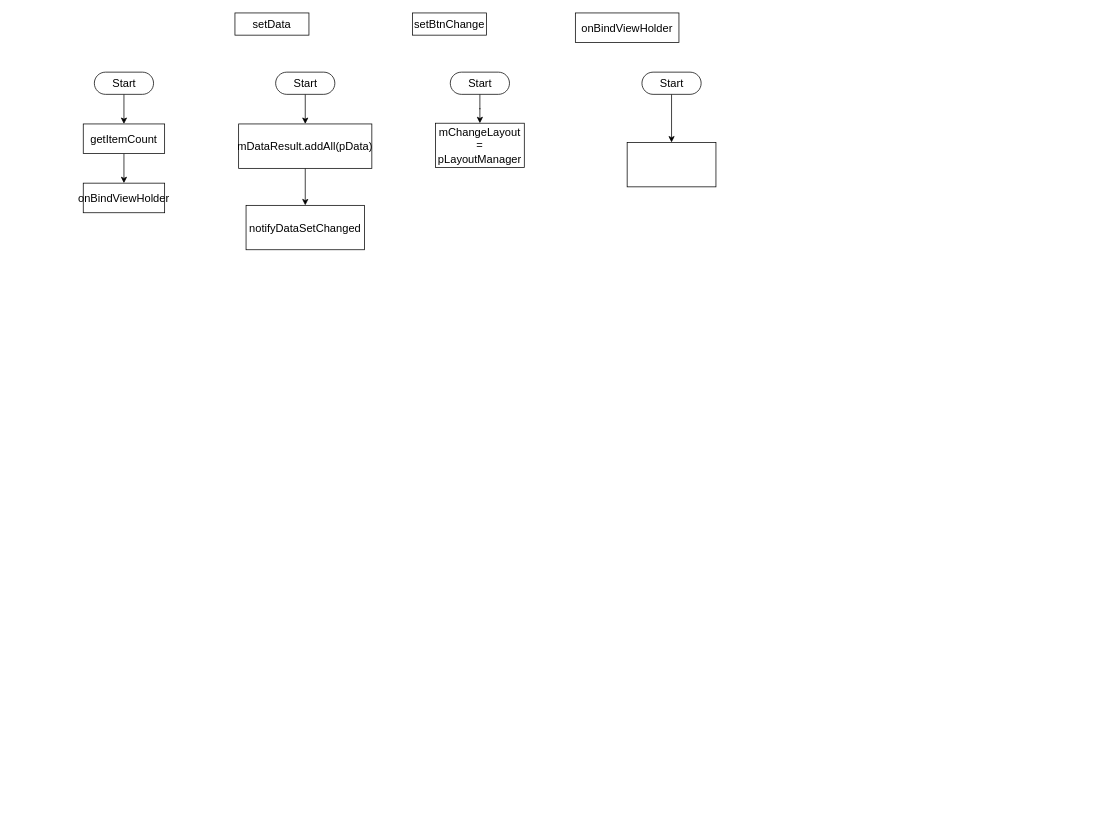
The draw.io diagram page "ZooAdapter" (7 of 13) of 一般流程.drawio in ccckyc/draw, before the edit. Source tidied: cells renumbered, new cells numbered last; positions are measured from the earlier drawing's top-left corner, leaving out a move shared by most shapes. Both pictures are drawn from the tidied source at 74%, with x=0, y=0 at pixel (83, 13).
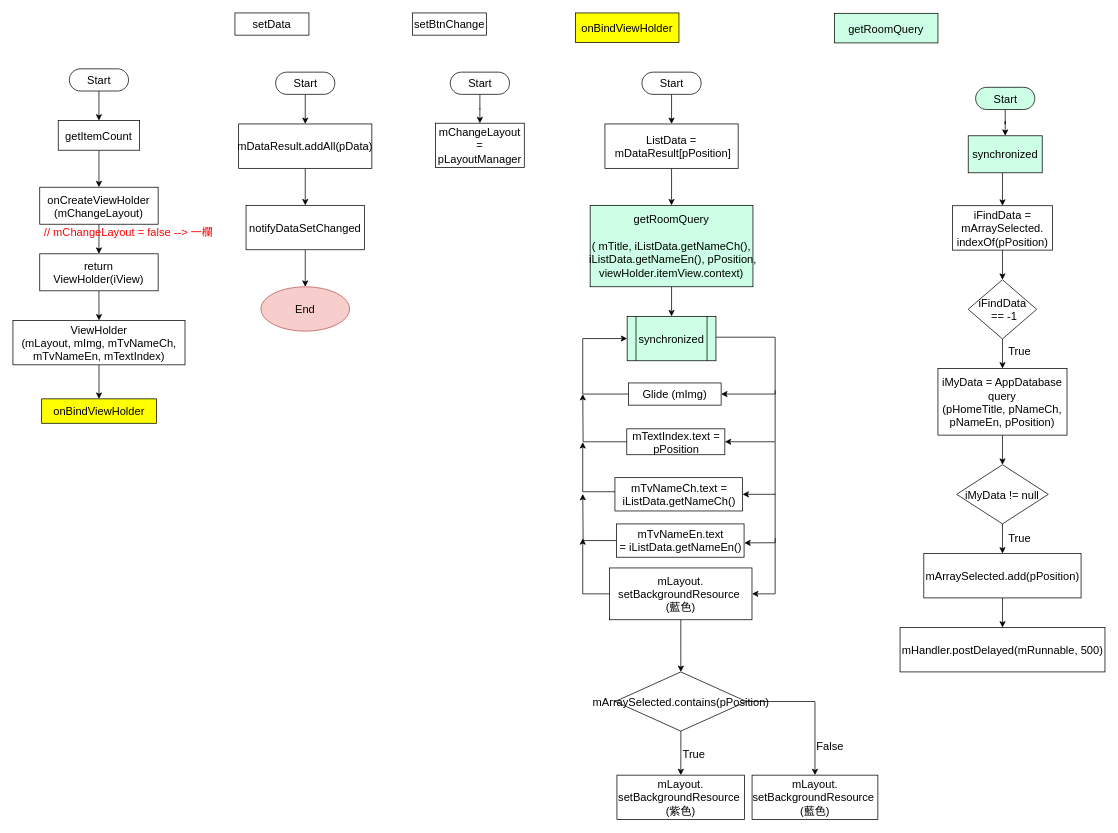
The same page after the edit.

Unchanged cells that the change refers to:
```xml
<mxCell id="6" value="notifyDataSetChanged" style="whiteSpace=wrap;html=1;fontSize=15;fontFamily=Helvetica;fontStyle=0;" parent="1" vertex="1">
  <mxGeometry x="220" y="260" width="160" height="60" as="geometry" />
</mxCell>
```

Diff of the diagram source:
```diff
@@
+    <mxCell id="21" style="edgeStyle=orthogonalEdgeStyle;rounded=0;jettySize=auto;html=1;labelBackgroundColor=#FFFFFF;labelBorderColor=none;fontFamily=Helvetica;fontSize=15;fontColor=#FF0000;strokeColor=#000000;strokeWidth=1;" parent="1" edge="1" source="6" target="24">
+      <mxGeometry relative="1" as="geometry" />
+    </mxCell>
@@
-    <mxCell id="12" value="onBindViewHolder" style="whiteSpace=wrap;html=1;fontSize=15;fontStyle=0;fontFamily=Helvetica;" parent="1" vertex="1">
+    <mxCell id="12" value="onBindViewHolder" style="whiteSpace=wrap;html=1;fontSize=15;fontStyle=0;fontFamily=Helvetica;fillColor=#FFFF00;" parent="1" vertex="1">
       <mxGeometry x="665" width="140" height="40" as="geometry" />
     </mxCell>
-    <mxCell id="13" style="edgeStyle=orthogonalEdgeStyle;rounded=0;jettySize=auto;html=1;fontSize=15;fontFamily=Helvetica;fontStyle=0;" parent="1" edge="1" source="14" target="17">
-      <mxGeometry relative="1" as="geometry" />
-    </mxCell>
+    <mxCell id="22" style="edgeStyle=orthogonalEdgeStyle;rounded=0;jettySize=auto;html=1;labelBackgroundColor=#FFFFFF;labelBorderColor=none;fontFamily=Helvetica;fontSize=15;fontColor=#000000;strokeColor=#000000;strokeWidth=1;" parent="1" edge="1" source="14" target="26">
+      <mxGeometry relative="1" as="geometry" />
+    </mxCell>
     <mxCell id="14" value="getItemCount" style="whiteSpace=wrap;html=1;fontSize=15;fontFamily=Helvetica;fontStyle=0;" parent="1" vertex="1">
-      <mxGeometry y="150" width="110" height="40" as="geometry" />
+      <mxGeometry x="-33.8" y="145.5" width="110" height="40" as="geometry" />
     </mxCell>
@@
     <mxCell id="16" value="Start" style="html=1;dashed=0;whitespace=wrap;shape=mxgraph.dfd.start;fontStyle=0;fontSize=15;fontFamily=Helvetica;" parent="1" vertex="1">
-      <mxGeometry x="15" y="80" width="80" height="30" as="geometry" />
+      <mxGeometry x="-18.8" y="75.5" width="80" height="30" as="geometry" />
     </mxCell>
-    <mxCell id="17" value="onBindViewHolder" style="whiteSpace=wrap;html=1;fontSize=15;fontFamily=Helvetica;fontStyle=0;" parent="1" vertex="1">
-      <mxGeometry y="230" width="110" height="40" as="geometry" />
-    </mxCell>
@@
+    <mxCell id="23" style="edgeStyle=orthogonalEdgeStyle;rounded=0;jettySize=auto;html=1;labelBackgroundColor=#FFFFFF;labelBorderColor=none;fontFamily=Helvetica;fontSize=15;fontColor=#FF0000;strokeColor=#000000;strokeWidth=1;" parent="1" edge="1" source="20" target="33">
+      <mxGeometry relative="1" as="geometry" />
+    </mxCell>
-    <mxCell id="20" style="whiteSpace=wrap;html=1;fontSize=15;dashed=0;fontStyle=0;fontFamily=Helvetica;" parent="1" vertex="1">
-      <mxGeometry x="735" y="175" width="120" height="60" as="geometry" />
+    <mxCell id="20" value="ListData =&lt;br&gt;&amp;nbsp;mDataResult[pPosition]" style="whiteSpace=wrap;html=1;fontSize=15;dashed=0;fontStyle=0;fontFamily=Helvetica;" parent="1" vertex="1">
+      <mxGeometry x="705" y="150" width="180" height="60" as="geometry" />
     </mxCell>
+    <mxCell id="24" value="End" style="ellipse;whiteSpace=wrap;html=1;fontSize=15;fontStyle=0;fillColor=#f8cecc;strokeColor=#b85450;" parent="1" vertex="1">
+      <mxGeometry x="240" y="370" width="120" height="60" as="geometry" />
+    </mxCell>
+    <mxCell id="25" style="edgeStyle=orthogonalEdgeStyle;rounded=0;jettySize=auto;html=1;labelBackgroundColor=#FFFFFF;labelBorderColor=none;fontFamily=Helvetica;fontSize=15;fontColor=#FF0000;strokeColor=#000000;strokeWidth=1;" parent="1" edge="1" source="26" target="28">
+      <mxGeometry relative="1" as="geometry" />
+    </mxCell>
+    <mxCell id="26" value="onCreateViewHolder&lt;br&gt;(mChangeLayout)" style="whiteSpace=wrap;html=1;fontSize=15;fontFamily=Helvetica;fontStyle=0;" parent="1" vertex="1">
+      <mxGeometry x="-58.8" y="235.5" width="160" height="50" as="geometry" />
+    </mxCell>
+    <mxCell id="27" style="edgeStyle=orthogonalEdgeStyle;rounded=0;jettySize=auto;html=1;labelBackgroundColor=#FFFFFF;labelBorderColor=none;fontFamily=Helvetica;fontSize=15;fontColor=#FF0000;strokeColor=#000000;strokeWidth=1;" parent="1" edge="1" source="28" target="31">
+      <mxGeometry relative="1" as="geometry" />
+    </mxCell>
+    <mxCell id="28" value="return ViewHolder(iView)" style="whiteSpace=wrap;html=1;fontSize=15;fontFamily=Helvetica;fontStyle=0;" parent="1" vertex="1">
+      <mxGeometry x="-58.8" y="325.5" width="160" height="50" as="geometry" />
+    </mxCell>
+    <mxCell id="29" value="// mChangeLayout = false --&amp;gt; 一欄" style="text;html=1;align=center;verticalAlign=middle;strokeColor=none;fillColor=none;fontSize=15;fontFamily=Helvetica;fontColor=#FF0000;" parent="1" vertex="1">
+      <mxGeometry x="-59.2" y="285.5" width="240" height="20" as="geometry" />
+    </mxCell>
+    <mxCell id="30" style="edgeStyle=orthogonalEdgeStyle;rounded=0;jettySize=auto;html=1;labelBackgroundColor=#FFFFFF;labelBorderColor=none;fontFamily=Helvetica;fontSize=15;fontColor=#000000;strokeColor=#000000;strokeWidth=1;" parent="1" edge="1" source="31" target="17">
+      <mxGeometry relative="1" as="geometry" />
+    </mxCell>
+    <mxCell id="31" value="ViewHolder&lt;br&gt;(mLayout, mImg, mTvNameCh, mTvNameEn, mTextIndex)" style="whiteSpace=wrap;html=1;fontSize=15;fontFamily=Helvetica;fontStyle=0;" parent="1" vertex="1">
+      <mxGeometry x="-95" y="415.5" width="232.5" height="60" as="geometry" />
+    </mxCell>
+    <mxCell id="32" style="edgeStyle=orthogonalEdgeStyle;rounded=0;jettySize=auto;html=1;labelBackgroundColor=#FFFFFF;labelBorderColor=none;fontFamily=Helvetica;fontSize=15;fontColor=#FF0000;strokeColor=#000000;strokeWidth=1;" parent="1" edge="1" source="33" target="68">
+      <mxGeometry relative="1" as="geometry" />
+    </mxCell>
+    <mxCell id="33" value="getRoomQuery&lt;br&gt;&lt;br&gt;(&lt;span&gt;&amp;nbsp;mTitle,&amp;nbsp;&lt;/span&gt;&lt;span&gt;iListData.getNameCh(),&lt;br&gt;&amp;nbsp;&lt;/span&gt;&lt;span&gt;iListData.getNameEn(),&amp;nbsp;&lt;/span&gt;&lt;span&gt;pPosition,&lt;/span&gt;&lt;span&gt;&lt;br&gt;&lt;/span&gt;&lt;span&gt;viewHolder.itemView.context&lt;/span&gt;)" style="whiteSpace=wrap;html=1;fontSize=15;dashed=0;fontStyle=0;fontFamily=Helvetica;fillColor=#CCFFE6;" parent="1" vertex="1">
+      <mxGeometry x="685" y="260" width="220" height="110" as="geometry" />
+    </mxCell>
+    <mxCell id="34" style="edgeStyle=orthogonalEdgeStyle;rounded=0;jettySize=auto;html=1;labelBackgroundColor=#FFFFFF;labelBorderColor=none;fontFamily=Helvetica;fontSize=15;fontColor=#000000;strokeColor=#000000;strokeWidth=1;exitX=1.001;exitY=0.47;exitDx=0;exitDy=0;entryX=1;entryY=0.5;entryDx=0;entryDy=0;exitPerimeter=0;" parent="1" edge="1" source="68" target="36">
+      <mxGeometry relative="1" as="geometry">
+        <Array as="points">
+          <mxPoint x="935" y="438" />
+          <mxPoint x="935" y="515" />
+        </Array>
+      </mxGeometry>
+    </mxCell>
+    <mxCell id="35" style="edgeStyle=orthogonalEdgeStyle;rounded=0;jettySize=auto;html=1;entryX=0;entryY=0.5;entryDx=0;entryDy=0;labelBackgroundColor=#FFFFFF;labelBorderColor=none;fontFamily=Helvetica;fontSize=15;fontColor=#000000;strokeColor=#000000;strokeWidth=1;exitX=0;exitY=0.5;exitDx=0;exitDy=0;" parent="1" edge="1" source="36" target="68">
+      <mxGeometry relative="1" as="geometry">
+        <Array as="points">
+          <mxPoint x="675" y="515" />
+          <mxPoint x="675" y="440" />
+        </Array>
+      </mxGeometry>
+    </mxCell>
+    <mxCell id="36" value="Glide (mImg)&lt;br&gt;" style="whiteSpace=wrap;html=1;fontSize=15;dashed=0;fontStyle=0;fontFamily=Helvetica;" parent="1" vertex="1">
+      <mxGeometry x="737" y="500" width="125" height="30" as="geometry" />
+    </mxCell>
+    <mxCell id="37" style="edgeStyle=orthogonalEdgeStyle;rounded=0;jettySize=auto;html=1;labelBackgroundColor=#FFFFFF;labelBorderColor=none;fontFamily=Helvetica;fontSize=15;fontColor=#FF0000;strokeColor=#000000;strokeWidth=1;entryX=0.5;entryY=0;entryDx=0;entryDy=0;" parent="1" edge="1" source="38" target="67">
+      <mxGeometry relative="1" as="geometry" />
+    </mxCell>
+    <mxCell id="38" value="Start" style="html=1;dashed=0;whitespace=wrap;shape=mxgraph.dfd.start;fontStyle=0;fontSize=15;fontFamily=Helvetica;fillColor=#CCFFE6;" parent="1" vertex="1">
+      <mxGeometry x="1205.9" y="100.5" width="80" height="30" as="geometry" />
+    </mxCell>
+    <mxCell id="39" style="edgeStyle=orthogonalEdgeStyle;rounded=0;jettySize=auto;html=1;labelBackgroundColor=#FFFFFF;labelBorderColor=none;fontFamily=Helvetica;fontSize=15;fontColor=#FF0000;strokeColor=#000000;strokeWidth=1;" parent="1" edge="1" source="40" target="43">
+      <mxGeometry relative="1" as="geometry" />
+    </mxCell>
+    <mxCell id="40" value="iFindData =&lt;br&gt;mArraySelected.&lt;br&gt;indexOf(pPosition)" style="whiteSpace=wrap;html=1;fontSize=15;fillColor=#FFFFFF;dashed=0;fontStyle=0;" parent="1" vertex="1">
+      <mxGeometry x="1174.7" y="260.5" width="135" height="60" as="geometry" />
+    </mxCell>
+    <mxCell id="41" style="edgeStyle=orthogonalEdgeStyle;rounded=0;jettySize=auto;html=1;labelBackgroundColor=#FFFFFF;labelBorderColor=none;fontFamily=Helvetica;fontSize=15;fontColor=#FF0000;strokeColor=#000000;strokeWidth=1;" parent="1" edge="1" source="43" target="45">
+      <mxGeometry relative="1" as="geometry" />
+    </mxCell>
+    <mxCell id="42" value="True" style="edgeLabel;html=1;align=center;verticalAlign=middle;fontSize=15;fontFamily=Helvetica;fontColor=#000000;" parent="41" vertex="1">
+      <mxGeometry x="-0.33" y="1" relative="1" as="geometry">
+        <mxPoint x="21" y="3" as="offset" />
+      </mxGeometry>
+    </mxCell>
+    <mxCell id="43" value="iFindData&lt;br&gt;&amp;nbsp;== -1" style="rhombus;whiteSpace=wrap;html=1;fontSize=15;fillColor=#FFFFFF;dashed=0;fontStyle=0;" parent="1" vertex="1">
+      <mxGeometry x="1195.9" y="360.5" width="92.5" height="80" as="geometry" />
+    </mxCell>
+    <mxCell id="44" style="edgeStyle=orthogonalEdgeStyle;rounded=0;jettySize=auto;html=1;labelBackgroundColor=#FFFFFF;labelBorderColor=none;fontFamily=Helvetica;fontSize=15;fontColor=#000000;strokeColor=#000000;strokeWidth=1;" parent="1" edge="1" source="45" target="48">
+      <mxGeometry relative="1" as="geometry" />
+    </mxCell>
+    <mxCell id="45" value="iMyData = AppDatabase&lt;br&gt;query&lt;br&gt;(pHomeTitle, pNameCh, pNameEn, pPosition)" style="whiteSpace=wrap;html=1;fontSize=15;fillColor=#FFFFFF;dashed=0;fontStyle=0;" parent="1" vertex="1">
+      <mxGeometry x="1155" y="480.5" width="174.4" height="90" as="geometry" />
+    </mxCell>
+    <mxCell id="46" style="edgeStyle=orthogonalEdgeStyle;rounded=0;jettySize=auto;html=1;labelBackgroundColor=#FFFFFF;labelBorderColor=none;fontFamily=Helvetica;fontSize=15;fontColor=#000000;strokeColor=#000000;strokeWidth=1;" parent="1" edge="1" source="48" target="50">
+      <mxGeometry relative="1" as="geometry" />
+    </mxCell>
+    <mxCell id="47" value="True" style="edgeLabel;html=1;align=center;verticalAlign=middle;fontSize=15;fontFamily=Helvetica;fontColor=#000000;" parent="46" vertex="1">
+      <mxGeometry x="-0.08" relative="1" as="geometry">
+        <mxPoint x="22" as="offset" />
+      </mxGeometry>
+    </mxCell>
+    <mxCell id="48" value="iMyData != null" style="rhombus;whiteSpace=wrap;html=1;fontSize=15;fillColor=#FFFFFF;dashed=0;fontStyle=0;" parent="1" vertex="1">
+      <mxGeometry x="1180.3" y="610.5" width="123.8" height="80" as="geometry" />
+    </mxCell>
+    <mxCell id="49" style="edgeStyle=orthogonalEdgeStyle;rounded=0;jettySize=auto;html=1;labelBackgroundColor=#FFFFFF;labelBorderColor=none;fontFamily=Helvetica;fontSize=15;fontColor=#000000;strokeColor=#000000;strokeWidth=1;" parent="1" edge="1" source="50" target="51">
+      <mxGeometry relative="1" as="geometry" />
+    </mxCell>
+    <mxCell id="50" value="mArraySelected.add(pPosition)" style="whiteSpace=wrap;html=1;fontSize=15;fillColor=#FFFFFF;dashed=0;fontStyle=0;" parent="1" vertex="1">
+      <mxGeometry x="1135.9" y="730.5" width="212.5" height="60" as="geometry" />
+    </mxCell>
+    <mxCell id="51" value="mHandler.postDelayed(mRunnable, 500)" style="whiteSpace=wrap;html=1;fontSize=15;fillColor=#FFFFFF;dashed=0;fontStyle=0;" parent="1" vertex="1">
+      <mxGeometry x="1103.8" y="830.5" width="276.9" height="60" as="geometry" />
+    </mxCell>
+    <mxCell id="52" style="edgeStyle=orthogonalEdgeStyle;rounded=0;jettySize=auto;html=1;exitX=0;exitY=0.5;exitDx=0;exitDy=0;labelBackgroundColor=#FFFFFF;labelBorderColor=none;fontFamily=Helvetica;fontSize=15;fontColor=#000000;strokeColor=#000000;strokeWidth=1;" parent="1" edge="1" source="53">
+      <mxGeometry relative="1" as="geometry">
+        <mxPoint x="675" y="515" as="targetPoint" />
+      </mxGeometry>
+    </mxCell>
+    <mxCell id="53" value="mTextIndex.text = pPosition&lt;br&gt;" style="whiteSpace=wrap;html=1;fontSize=15;dashed=0;fontStyle=0;fontFamily=Helvetica;" parent="1" vertex="1">
+      <mxGeometry x="734.5" y="562" width="132.5" height="35" as="geometry" />
+    </mxCell>
+    <mxCell id="54" style="edgeStyle=orthogonalEdgeStyle;rounded=0;jettySize=auto;html=1;labelBackgroundColor=#FFFFFF;labelBorderColor=none;fontFamily=Helvetica;fontSize=15;fontColor=#000000;strokeColor=#000000;strokeWidth=1;" parent="1" edge="1" source="55">
+      <mxGeometry relative="1" as="geometry">
+        <mxPoint x="675" y="580" as="targetPoint" />
+        <Array as="points">
+          <mxPoint x="675" y="647" />
+        </Array>
+      </mxGeometry>
+    </mxCell>
+    <mxCell id="55" value="mTvNameCh.text = iListData.getNameCh()&lt;br&gt;" style="whiteSpace=wrap;html=1;fontSize=15;dashed=0;fontStyle=0;fontFamily=Helvetica;" parent="1" vertex="1">
+      <mxGeometry x="718.5" y="628" width="172.5" height="45" as="geometry" />
+    </mxCell>
+    <mxCell id="56" value="mTvNameEn.text =&amp;nbsp;iListData.getNameEn()&lt;br&gt;" style="whiteSpace=wrap;html=1;fontSize=15;dashed=0;fontStyle=0;fontFamily=Helvetica;" parent="1" vertex="1">
+      <mxGeometry x="720.5" y="690.5" width="172.5" height="45" as="geometry" />
+    </mxCell>
+    <mxCell id="57" style="edgeStyle=orthogonalEdgeStyle;rounded=0;jettySize=auto;html=1;exitX=0;exitY=0.5;exitDx=0;exitDy=0;labelBackgroundColor=#FFFFFF;labelBorderColor=none;fontFamily=Helvetica;fontSize=15;fontColor=#000000;strokeColor=#000000;strokeWidth=1;" parent="1" edge="1" source="59">
+      <mxGeometry relative="1" as="geometry">
+        <mxPoint x="675" y="710" as="targetPoint" />
+        <Array as="points">
+          <mxPoint x="675" y="785" />
+        </Array>
+      </mxGeometry>
+    </mxCell>
+    <mxCell id="58" style="edgeStyle=orthogonalEdgeStyle;rounded=0;jettySize=auto;html=1;labelBackgroundColor=#FFFFFF;labelBorderColor=none;fontFamily=Helvetica;fontSize=15;fontColor=#000000;strokeColor=#000000;strokeWidth=1;" parent="1" edge="1" source="59" target="73">
+      <mxGeometry relative="1" as="geometry" />
+    </mxCell>
+    <mxCell id="59" value="mLayout.&lt;br&gt;setBackgroundResource&amp;nbsp;&lt;br&gt;(藍色)" style="whiteSpace=wrap;html=1;fontSize=15;dashed=0;fontStyle=0;fontFamily=Helvetica;" parent="1" vertex="1">
+      <mxGeometry x="711.2" y="750" width="192.5" height="70" as="geometry" />
+    </mxCell>
+    <mxCell id="60" style="edgeStyle=orthogonalEdgeStyle;rounded=0;jettySize=auto;html=1;labelBackgroundColor=#FFFFFF;labelBorderColor=none;fontFamily=Helvetica;fontSize=15;fontColor=#000000;strokeColor=#000000;strokeWidth=1;entryX=1;entryY=0.5;entryDx=0;entryDy=0;" parent="1" edge="1" target="53">
+      <mxGeometry relative="1" as="geometry">
+        <mxPoint x="935" y="510" as="sourcePoint" />
+        <Array as="points">
+          <mxPoint x="935" y="580" />
+        </Array>
+      </mxGeometry>
+    </mxCell>
+    <mxCell id="61" style="edgeStyle=orthogonalEdgeStyle;rounded=0;jettySize=auto;html=1;labelBackgroundColor=#FFFFFF;labelBorderColor=none;fontFamily=Helvetica;fontSize=15;fontColor=#000000;strokeColor=#000000;strokeWidth=1;entryX=1;entryY=0.5;entryDx=0;entryDy=0;" parent="1" edge="1" target="55">
+      <mxGeometry relative="1" as="geometry">
+        <mxPoint x="935" y="580" as="sourcePoint" />
+        <Array as="points">
+          <mxPoint x="935" y="651" />
+        </Array>
+      </mxGeometry>
+    </mxCell>
+    <mxCell id="62" style="edgeStyle=orthogonalEdgeStyle;rounded=0;jettySize=auto;html=1;labelBackgroundColor=#FFFFFF;labelBorderColor=none;fontFamily=Helvetica;fontSize=15;fontColor=#000000;strokeColor=#000000;strokeWidth=1;entryX=1.002;entryY=0.57;entryDx=0;entryDy=0;entryPerimeter=0;" parent="1" edge="1" target="56">
+      <mxGeometry relative="1" as="geometry">
+        <mxPoint x="935" y="650" as="sourcePoint" />
+        <Array as="points">
+          <mxPoint x="935" y="716" />
+          <mxPoint x="914" y="716" />
+        </Array>
+      </mxGeometry>
+    </mxCell>
+    <mxCell id="63" style="edgeStyle=orthogonalEdgeStyle;rounded=0;jettySize=auto;html=1;labelBackgroundColor=#FFFFFF;labelBorderColor=none;fontFamily=Helvetica;fontSize=15;fontColor=#000000;strokeColor=#000000;strokeWidth=1;exitX=0;exitY=0.5;exitDx=0;exitDy=0;" parent="1" edge="1" source="56">
+      <mxGeometry relative="1" as="geometry">
+        <mxPoint x="675" y="650" as="targetPoint" />
+      </mxGeometry>
+    </mxCell>
+    <mxCell id="64" style="edgeStyle=orthogonalEdgeStyle;rounded=0;jettySize=auto;html=1;labelBackgroundColor=#FFFFFF;labelBorderColor=none;fontFamily=Helvetica;fontSize=15;fontColor=#000000;strokeColor=#000000;strokeWidth=1;entryX=1;entryY=0.5;entryDx=0;entryDy=0;" parent="1" edge="1" target="59">
+      <mxGeometry relative="1" as="geometry">
+        <mxPoint x="935" y="710" as="sourcePoint" />
+        <Array as="points">
+          <mxPoint x="935" y="785" />
+        </Array>
+      </mxGeometry>
+    </mxCell>
+    <mxCell id="17" value="onBindViewHolder" style="whiteSpace=wrap;html=1;fontSize=15;fontFamily=Helvetica;fontStyle=0;fillColor=#FFFF00;" parent="1" vertex="1">
+      <mxGeometry x="-56.2" y="521.5" width="155" height="33" as="geometry" />
+    </mxCell>
+    <mxCell id="65" value="getRoomQuery" style="whiteSpace=wrap;html=1;fontSize=15;fontStyle=0;fontFamily=Helvetica;fillColor=#CCFFE6;" parent="1" vertex="1">
+      <mxGeometry x="1015" y="0.5" width="140" height="40" as="geometry" />
+    </mxCell>
+    <mxCell id="66" style="edgeStyle=orthogonalEdgeStyle;rounded=0;jettySize=auto;html=1;entryX=0.5;entryY=0;entryDx=0;entryDy=0;labelBackgroundColor=#FFFFFF;labelBorderColor=none;fontFamily=Helvetica;fontSize=15;fontColor=#000000;strokeColor=#000000;strokeWidth=1;" parent="1" edge="1" source="67" target="40">
+      <mxGeometry relative="1" as="geometry">
+        <Array as="points">
+          <mxPoint x="1242.7" y="240.5" />
+        </Array>
+      </mxGeometry>
+    </mxCell>
+    <mxCell id="67" value="synchronized" style="whiteSpace=wrap;html=1;fontSize=15;dashed=0;fontStyle=0;fontFamily=Helvetica;fillColor=#CCFFE6;" parent="1" vertex="1">
+      <mxGeometry x="1195.9" y="166" width="100" height="50" as="geometry" />
+    </mxCell>
+    <mxCell id="68" value="&lt;span&gt;synchronized&lt;/span&gt;" style="shape=process;whiteSpace=wrap;html=1;backgroundOutline=1;labelBackgroundColor=none;labelBorderColor=none;fontFamily=Helvetica;fontSize=15;fontColor=#000000;strokeColor=#000000;strokeWidth=1;fillColor=#CCFFE6;gradientColor=none;" parent="1" vertex="1">
+      <mxGeometry x="735" y="410" width="120" height="60" as="geometry" />
+    </mxCell>
+    <mxCell id="69" style="edgeStyle=orthogonalEdgeStyle;rounded=0;jettySize=auto;html=1;labelBackgroundColor=#FFFFFF;labelBorderColor=none;fontFamily=Helvetica;fontSize=15;fontColor=#000000;strokeColor=#000000;strokeWidth=1;" parent="1" edge="1" source="73" target="74">
+      <mxGeometry relative="1" as="geometry" />
+    </mxCell>
+    <mxCell id="70" value="True" style="edgeLabel;html=1;align=center;verticalAlign=middle;fontSize=15;fontFamily=Helvetica;fontColor=#000000;" parent="69" vertex="1">
+      <mxGeometry x="-0.67" y="2" relative="1" as="geometry">
+        <mxPoint x="15" y="20" as="offset" />
+      </mxGeometry>
+    </mxCell>
+    <mxCell id="71" style="edgeStyle=orthogonalEdgeStyle;rounded=0;jettySize=auto;html=1;labelBackgroundColor=#FFFFFF;labelBorderColor=none;fontFamily=Helvetica;fontSize=15;fontColor=#000000;strokeColor=#000000;strokeWidth=1;" parent="1" edge="1" source="73" target="75">
+      <mxGeometry relative="1" as="geometry" />
+    </mxCell>
+    <mxCell id="72" value="False" style="edgeLabel;html=1;align=center;verticalAlign=middle;fontSize=15;fontFamily=Helvetica;fontColor=#000000;" parent="71" vertex="1">
+      <mxGeometry x="0.35" relative="1" as="geometry">
+        <mxPoint x="20" y="22" as="offset" />
+      </mxGeometry>
+    </mxCell>
+    <mxCell id="73" value="mArraySelected.contains(pPosition)" style="rhombus;whiteSpace=wrap;html=1;fontSize=15;dashed=0;fontStyle=0;" parent="1" vertex="1">
+      <mxGeometry x="718.8" y="890.5" width="177.5" height="80" as="geometry" />
+    </mxCell>
+    <mxCell id="74" value="&lt;span&gt;mLayout.&lt;/span&gt;&lt;br&gt;&lt;span&gt;setBackgroundResource&amp;nbsp;&lt;/span&gt;&lt;br&gt;&lt;span&gt;(紫色)&lt;/span&gt;" style="whiteSpace=wrap;html=1;fontSize=15;dashed=0;fontStyle=0;" parent="1" vertex="1">
+      <mxGeometry x="721.2" y="1030" width="172.5" height="60" as="geometry" />
+    </mxCell>
+    <mxCell id="75" value="&lt;div&gt;mLayout.&lt;/div&gt;&lt;div&gt;setBackgroundResource&amp;nbsp;&lt;/div&gt;&lt;div&gt;(藍色)&lt;/div&gt;" style="whiteSpace=wrap;html=1;fontSize=15;dashed=0;fontStyle=0;" parent="1" vertex="1">
+      <mxGeometry x="903.8" y="1030" width="170" height="60" as="geometry" />
+    </mxCell>
```
